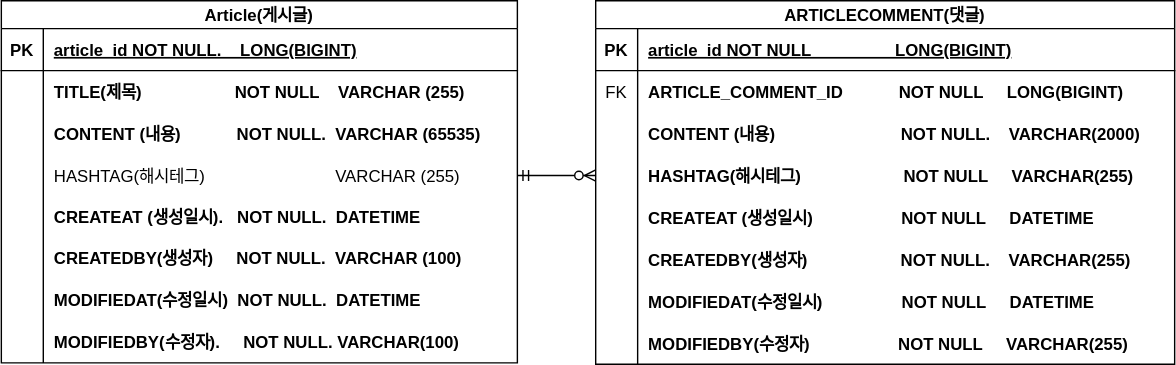
This is documents/board-erd.svg from harrybark/tomatolog, a draw.io export, as it was before one commit. Source tidied: cells renumbered, new cells last; positions are measured from the earlier drawing's top-left corner, leaving out a move shared by most shapes.
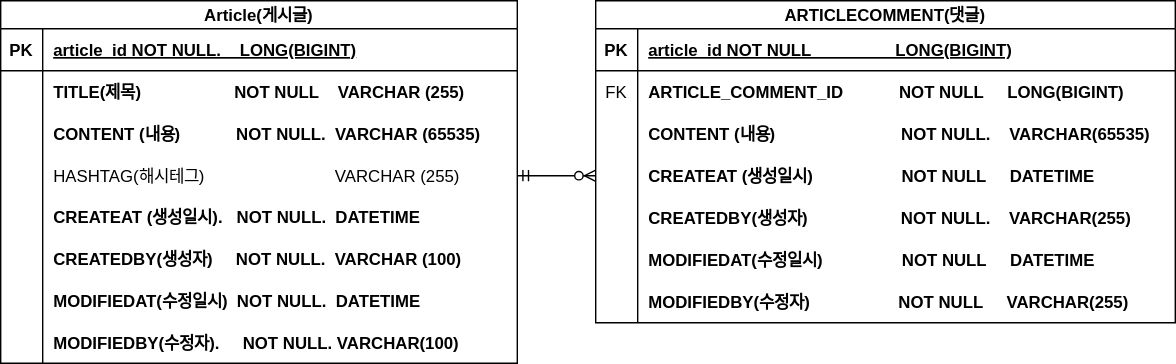
Above is the later version.

Commit message:
#8 -fix ERD 그림 : Comment에 hashtag제거

The edit, as a diff of the source:
```diff
@@ -78,7 +78,7 @@
       <mxGeometry x="30" width="339" height="30" as="geometry" />
     </mxCell>
     <mxCell id="27" value="ARTICLECOMMENT(댓글)" style="shape=table;startSize=20;rowLines=0;fontStyle=1;align=center;" parent="1" vertex="1">
-      <mxGeometry x="425" width="414" height="260" as="geometry" />
+      <mxGeometry x="425" width="414" height="230" as="geometry" />
     </mxCell>
     <mxCell id="28" style="shape=partialRectangle;fillColor=none;top=0;left=0;right=0;bottom=1;" parent="27" vertex="1">
       <mxGeometry y="20" width="414" height="30" as="geometry" />
@@ -104,20 +104,11 @@
     <mxCell id="35" style="shape=partialRectangle;overflow=hidden;fillColor=none;top=0;left=0;bottom=0;right=0;" parent="34" vertex="1">
       <mxGeometry width="30" height="30" as="geometry" />
     </mxCell>
-    <mxCell id="36" value="CONTENT (내용)                           NOT NULL.    VARCHAR(2000)" style="shape=partialRectangle;overflow=hidden;fillColor=none;top=0;left=0;bottom=0;right=0;align=left;spacingLeft=6;fontStyle=1;" parent="34" vertex="1">
+    <mxCell id="36" value="CONTENT (내용)                           NOT NULL.    VARCHAR(65535)" style="shape=partialRectangle;overflow=hidden;fillColor=none;top=0;left=0;bottom=0;right=0;align=left;spacingLeft=6;fontStyle=1;" parent="34" vertex="1">
       <mxGeometry x="30" width="384" height="30" as="geometry" />
     </mxCell>
-    <mxCell id="37" style="shape=partialRectangle;fillColor=none;points=[[0,0.5],[1,0.5]];portConstraint=eastwest;top=0;left=0;right=0;bottom=0;" parent="27" vertex="1">
-      <mxGeometry y="110" width="414" height="30" as="geometry" />
-    </mxCell>
-    <mxCell id="38" style="shape=partialRectangle;overflow=hidden;fillColor=none;top=0;left=0;bottom=0;right=0;" parent="37" vertex="1">
-      <mxGeometry width="30" height="30" as="geometry" />
-    </mxCell>
-    <mxCell id="39" value="HASHTAG(해시테그)                      NOT NULL     VARCHAR(255)" style="shape=partialRectangle;overflow=hidden;fillColor=none;top=0;left=0;bottom=0;right=0;align=left;spacingLeft=6;fontStyle=1;" parent="37" vertex="1">
-      <mxGeometry x="30" width="384" height="30" as="geometry" />
-    </mxCell>
     <mxCell id="40" style="shape=partialRectangle;fillColor=none;top=0;left=0;right=0;bottom=0;" parent="27" vertex="1">
-      <mxGeometry y="140" width="414" height="30" as="geometry" />
+      <mxGeometry y="110" width="414" height="30" as="geometry" />
     </mxCell>
     <mxCell id="41" style="shape=partialRectangle;overflow=hidden;fillColor=none;top=0;left=0;bottom=0;right=0;" parent="40" vertex="1">
       <mxGeometry width="30" height="30" as="geometry" />
@@ -126,7 +117,7 @@
       <mxGeometry x="30" width="384" height="30" as="geometry" />
     </mxCell>
     <mxCell id="43" style="shape=partialRectangle;fillColor=none;top=0;left=0;right=0;bottom=0;" parent="27" vertex="1">
-      <mxGeometry y="170" width="414" height="30" as="geometry" />
+      <mxGeometry y="140" width="414" height="30" as="geometry" />
     </mxCell>
     <mxCell id="44" style="shape=partialRectangle;overflow=hidden;fillColor=none;top=0;left=0;bottom=0;right=0;" parent="43" vertex="1">
       <mxGeometry width="30" height="30" as="geometry" />
@@ -135,7 +126,7 @@
       <mxGeometry x="30" width="384" height="30" as="geometry" />
     </mxCell>
     <mxCell id="46" style="shape=partialRectangle;fillColor=none;top=0;left=0;right=0;bottom=0;" parent="27" vertex="1">
-      <mxGeometry y="200" width="414" height="30" as="geometry" />
+      <mxGeometry y="170" width="414" height="30" as="geometry" />
     </mxCell>
     <mxCell id="47" style="shape=partialRectangle;overflow=hidden;fillColor=none;top=0;left=0;bottom=0;right=0;" parent="46" vertex="1">
       <mxGeometry width="30" height="30" as="geometry" />
@@ -144,7 +135,7 @@
       <mxGeometry x="30" width="384" height="30" as="geometry" />
     </mxCell>
     <mxCell id="49" style="shape=partialRectangle;fillColor=none;top=0;left=0;right=0;bottom=0;" parent="27" vertex="1">
-      <mxGeometry y="230" width="414" height="30" as="geometry" />
+      <mxGeometry y="200" width="414" height="30" as="geometry" />
     </mxCell>
     <mxCell id="50" style="shape=partialRectangle;overflow=hidden;fillColor=none;top=0;left=0;bottom=0;right=0;" parent="49" vertex="1">
       <mxGeometry width="30" height="30" as="geometry" />
@@ -152,8 +143,10 @@
     <mxCell id="51" value="MODIFIEDBY(수정자)                   NOT NULL     VARCHAR(255)" style="shape=partialRectangle;overflow=hidden;fillColor=none;top=0;left=0;bottom=0;right=0;align=left;spacingLeft=6;fontStyle=1;" parent="49" vertex="1">
       <mxGeometry x="30" width="384" height="30" as="geometry" />
     </mxCell>
-    <mxCell id="52" style="fontSize=12;html=1;endArrow=ERzeroToMany;startArrow=ERmandOne;rounded=0;exitX=1;exitY=0.5;exitDx=0;exitDy=0;entryX=0;entryY=0.5;entryDx=0;entryDy=0;" parent="1" edge="1" source="12" target="37">
-      <mxGeometry relative="1" as="geometry" />
+    <mxCell id="52" style="fontSize=12;html=1;endArrow=ERzeroToMany;startArrow=ERmandOne;rounded=0;exitX=1;exitY=0.5;exitDx=0;exitDy=0;entryX=0;entryY=0.5;entryDx=0;entryDy=0;" parent="1" edge="1" source="12">
+      <mxGeometry relative="1" as="geometry">
+        <mxPoint x="425" y="125" as="targetPoint" />
+      </mxGeometry>
     </mxCell>
   </root>
 </mxGraphModel>
```
